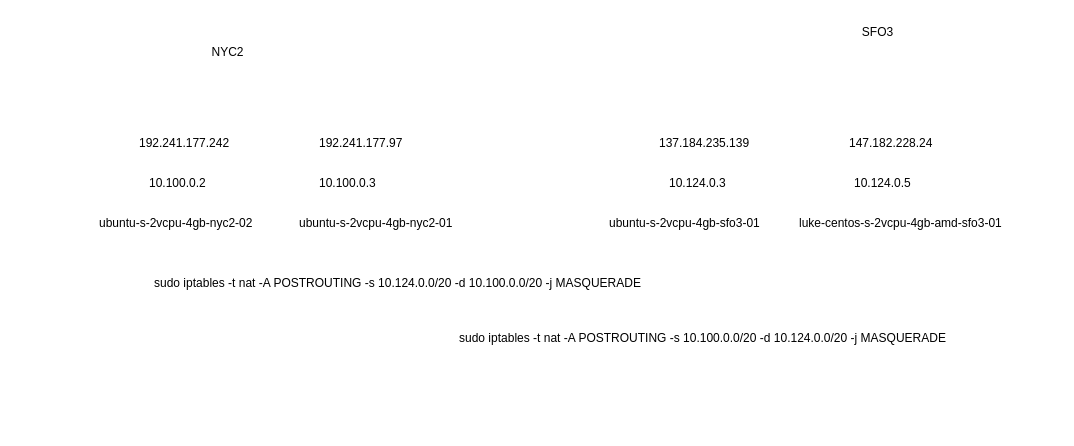
fushuang001/ACI keeps this draw.io diagram as 未命名绘图.drawio. Above is the earlier version. Source tidied: cells renumbered, new cells numbered last; positions are measured from the earlier drawing's top-left corner, leaving out a move shared by most shapes. Both pictures are drawn from the tidied source at 100%, with x=0, y=0 at pixel (97, 17).
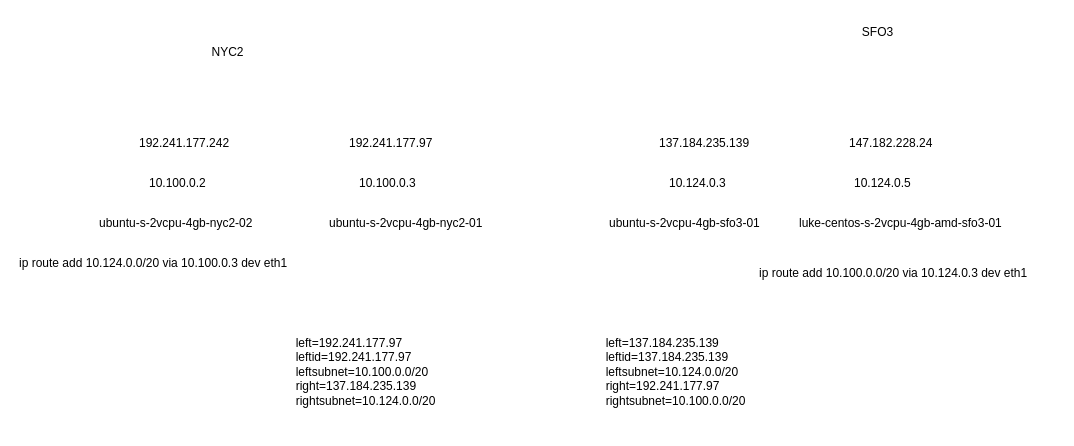
After the change.

Commit message:
更新未命名绘图.drawio

Change to the diagram source:
```diff
@@
 <mxGraphModel>
   <root>
     <mxCell id="0" />
     <mxCell id="1" parent="0" />
     <mxCell id="2" value="10.100.0.2" style="text;whiteSpace=wrap;" parent="1" vertex="1">
       <mxGeometry x="50" y="152" width="90" height="40" as="geometry" />
     </mxCell>
     <mxCell id="3" value="192.241.177.242" style="text;whiteSpace=wrap;" parent="1" vertex="1">
       <mxGeometry x="40" y="112" width="120" height="40" as="geometry" />
     </mxCell>
     <mxCell id="4" value="NYC2" style="text;html=1;align=center;verticalAlign=middle;strokeColor=none;fillColor=none;" parent="1" vertex="1">
       <mxGeometry x="100" y="20" width="60" height="30" as="geometry" />
     </mxCell>
     <mxCell id="5" value="192.241.177.97" style="text;whiteSpace=wrap;" parent="1" vertex="1">
-      <mxGeometry x="220" y="112" width="120" height="40" as="geometry" />
+      <mxGeometry x="250" y="112" width="120" height="40" as="geometry" />
     </mxCell>
     <mxCell id="6" value="10.100.0.3" style="text;whiteSpace=wrap;" parent="1" vertex="1">
-      <mxGeometry x="220" y="152" width="90" height="40" as="geometry" />
+      <mxGeometry x="260" y="152" width="90" height="40" as="geometry" />
     </mxCell>
     <mxCell id="7" value="SFO3" style="text;html=1;align=center;verticalAlign=middle;strokeColor=none;fillColor=none;" parent="1" vertex="1">
       <mxGeometry x="755" width="50" height="30" as="geometry" />
     </mxCell>
     <mxCell id="8" value="137.184.235.139" style="text;whiteSpace=wrap;" parent="1" vertex="1">
       <mxGeometry x="560" y="112" width="120" height="40" as="geometry" />
     </mxCell>
     <mxCell id="9" value="10.124.0.3" style="text;whiteSpace=wrap;" parent="1" vertex="1">
       <mxGeometry x="570" y="152" width="90" height="40" as="geometry" />
     </mxCell>
     <mxCell id="10" value="147.182.228.24" style="text;whiteSpace=wrap;" parent="1" vertex="1">
       <mxGeometry x="750" y="112" width="120" height="40" as="geometry" />
     </mxCell>
     <mxCell id="11" value="10.124.0.5" style="text;whiteSpace=wrap;" parent="1" vertex="1">
       <mxGeometry x="755" y="152" width="90" height="40" as="geometry" />
     </mxCell>
     <mxCell id="12" value="ubuntu-s-2vcpu-4gb-nyc2-02" style="text;whiteSpace=wrap;" parent="1" vertex="1">
       <mxGeometry y="192" width="190" height="40" as="geometry" />
     </mxCell>
     <mxCell id="13" value="ubuntu-s-2vcpu-4gb-nyc2-01" style="text;whiteSpace=wrap;" parent="1" vertex="1">
-      <mxGeometry x="200" y="192" width="190" height="40" as="geometry" />
+      <mxGeometry x="230" y="192" width="190" height="40" as="geometry" />
     </mxCell>
     <mxCell id="14" value="ubuntu-s-2vcpu-4gb-sfo3-01" style="text;whiteSpace=wrap;" parent="1" vertex="1">
       <mxGeometry x="510" y="192" width="180" height="40" as="geometry" />
     </mxCell>
     <mxCell id="15" value="luke-centos-s-2vcpu-4gb-amd-sfo3-01" style="text;whiteSpace=wrap;" parent="1" vertex="1">
       <mxGeometry x="700" y="192" width="240" height="40" as="geometry" />
     </mxCell>
-    <mxCell id="16" value="sudo iptables -t nat -A POSTROUTING -s 10.100.0.0/20 -d 10.124.0.0/20 -j MASQUERADE" style="text;whiteSpace=wrap;" parent="1" vertex="1">
-      <mxGeometry x="360" y="307" width="520" height="40" as="geometry" />
-    </mxCell>
-    <mxCell id="17" value="sudo iptables -t nat -A POSTROUTING -s 10.124.0.0/20 -d 10.100.0.0/20 -j MASQUERADE" style="text;whiteSpace=wrap;" parent="1" vertex="1">
-      <mxGeometry x="55" y="252" width="520" height="40" as="geometry" />
-    </mxCell>
+    <mxCell id="18" value="ip route add 10.100.0.0/20 via 10.124.0.3 dev eth1" style="text;whiteSpace=wrap;" parent="1" vertex="1">
+      <mxGeometry x="660" y="242" width="300" height="40" as="geometry" />
+    </mxCell>
+    <mxCell id="19" value="ip route add 10.124.0.0/20 via 10.100.0.3 dev eth1" style="text;whiteSpace=wrap;" parent="1" vertex="1">
+      <mxGeometry x="-80" y="232" width="300" height="40" as="geometry" />
+    </mxCell>
+    <mxCell id="20" value="  left=192.241.177.97&#10;  leftid=192.241.177.97&#10;  leftsubnet=10.100.0.0/20&#10;  right=137.184.235.139&#10;  rightsubnet=10.124.0.0/20" style="text;whiteSpace=wrap;" parent="1" vertex="1">
+      <mxGeometry x="190" y="312" width="180" height="100" as="geometry" />
+    </mxCell>
+    <mxCell id="21" value="  left=137.184.235.139&#10;  leftid=137.184.235.139&#10;  leftsubnet=10.124.0.0/20&#10;  right=192.241.177.97&#10;  rightsubnet=10.100.0.0/20" style="text;whiteSpace=wrap;" parent="1" vertex="1">
+      <mxGeometry x="500" y="312" width="180" height="100" as="geometry" />
+    </mxCell>
   </root>
 </mxGraphModel>
```
